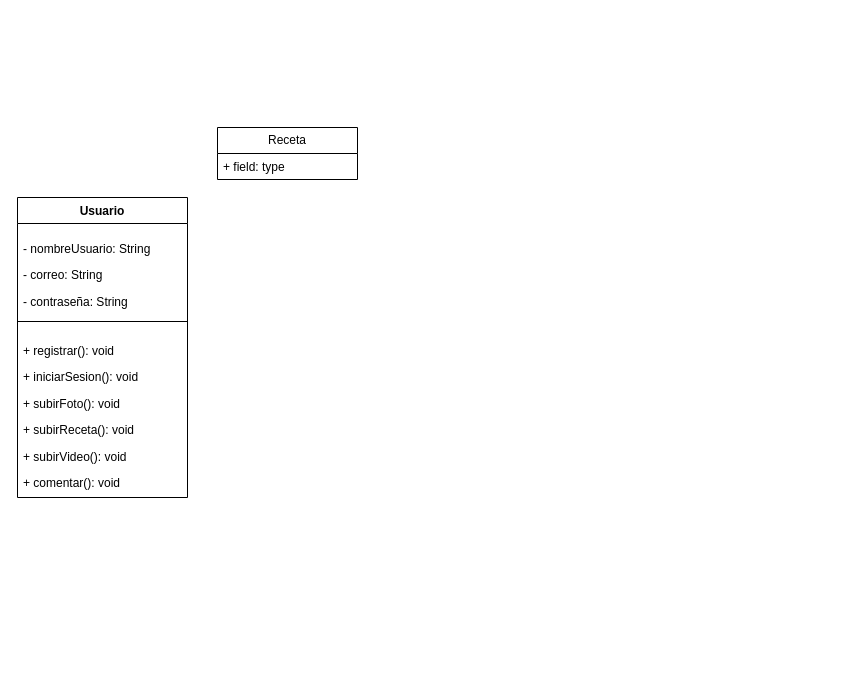
Before: ProyectoFinal.drawio in Nikooll/ProyectoFinal1, a draw.io diagram. Source tidied: cells renumbered, new cells numbered last; positions are measured from the earlier drawing's top-left corner, leaving out a move shared by most shapes. Both pictures are drawn from the tidied source at 100%, with x=0, y=0 at pixel (17, 127).
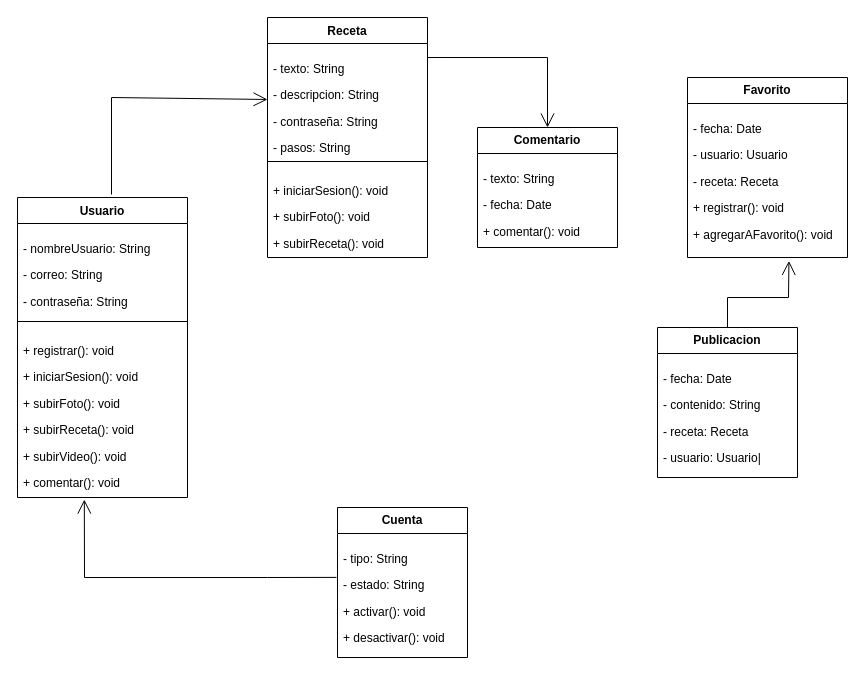
After the change.

Unchanged cells that the change refers to:
```xml
<mxCell id="4" value="Usuario" style="swimlane;fontStyle=1;align=center;verticalAlign=top;horizontal=1;startSize=26;whiteSpace=wrap;html=1;" parent="1" vertex="1">
  <mxGeometry y="70" width="170" height="300" as="geometry" />
</mxCell>
<mxCell id="7" value="&lt;p&gt;+ registrar(): void&lt;/p&gt;&lt;p&gt;+ iniciarSesion(): void &lt;/p&gt;&lt;p&gt;+ subirFoto(): void        &lt;/p&gt;&lt;p&gt;+ subirReceta(): void     &lt;/p&gt;&lt;p&gt;+ subirVideo(): void   &lt;/p&gt;&lt;p&gt;+ comentar(): void&lt;/p&gt;" style="text;strokeColor=none;fillColor=none;align=left;verticalAlign=top;spacingLeft=4;spacingRight=4;overflow=hidden;points=[[0,0.5],[1,0.5]];portConstraint=eastwest;whiteSpace=wrap;html=1;" parent="4" vertex="1">
  <mxGeometry y="128" width="170" height="172" as="geometry" />
</mxCell>
```

The edit, as a diff of the source:
```diff
@@
-    <mxCell id="2" value="Receta" style="swimlane;fontStyle=0;horizontal=1;startSize=26;fillColor=none;whiteSpace=wrap;html=1;" parent="1" vertex="1">
-      <mxGeometry x="200" width="140" height="52" as="geometry" />
-    </mxCell>
-    <mxCell id="3" value="+ field: type" style="text;strokeColor=none;fillColor=none;align=left;verticalAlign=top;spacingLeft=4;spacingRight=4;overflow=hidden;whiteSpace=wrap;html=1;" parent="2" vertex="1">
-      <mxGeometry y="26" width="140" height="26" as="geometry" />
-    </mxCell>
@@
+    <mxCell id="2" value="Receta" style="swimlane;fontStyle=1;align=center;verticalAlign=top;horizontal=1;startSize=26;whiteSpace=wrap;html=1;" parent="1" vertex="1">
+      <mxGeometry x="250" y="-110" width="160" height="240" as="geometry" />
+    </mxCell>
+    <mxCell id="8" value="&lt;p&gt; - texto: String &lt;br&gt;&lt;/p&gt;&lt;p&gt;- descripcion: String &lt;/p&gt;&lt;p&gt;- contraseña: String     &lt;/p&gt;&lt;p&gt;- pasos: String &lt;/p&gt;" style="text;strokeColor=none;fillColor=none;align=left;verticalAlign=top;spacingLeft=4;spacingRight=4;overflow=hidden;points=[[0,0.5],[1,0.5]];portConstraint=eastwest;whiteSpace=wrap;html=1;" parent="2" vertex="1">
+      <mxGeometry y="26" width="160" height="114" as="geometry" />
+    </mxCell>
+    <mxCell id="9" style="line;strokeWidth=1;fillColor=none;align=left;verticalAlign=middle;spacingTop=-1;spacingLeft=3;spacingRight=3;labelPosition=right;strokeColor=inherit;" parent="2" vertex="1">
+      <mxGeometry y="140" width="160" height="8" as="geometry" />
+    </mxCell>
+    <mxCell id="10" value="&lt;p&gt;+ iniciarSesion(): void   &lt;/p&gt;&lt;p&gt;+ subirFoto(): void      &lt;/p&gt;&lt;p&gt;+ subirReceta(): void    &lt;/p&gt;" style="text;strokeColor=none;fillColor=none;align=left;verticalAlign=top;spacingLeft=4;spacingRight=4;overflow=hidden;whiteSpace=wrap;html=1;" parent="2" vertex="1">
+      <mxGeometry y="148" width="160" height="92" as="geometry" />
+    </mxCell>
+    <mxCell id="11" value="&lt;b&gt;Comentario&lt;/b&gt;" style="swimlane;fontStyle=0;horizontal=1;startSize=26;fillColor=none;whiteSpace=wrap;html=1;" parent="1" vertex="1">
+      <mxGeometry x="460" width="140" height="120" as="geometry" />
+    </mxCell>
+    <mxCell id="12" value="&lt;p&gt;- texto: String &lt;/p&gt;&lt;p&gt;- fecha: Date  &lt;/p&gt;&lt;p&gt;+ comentar():  void&lt;/p&gt;" style="text;strokeColor=none;fillColor=none;align=left;verticalAlign=top;spacingLeft=4;spacingRight=4;overflow=hidden;whiteSpace=wrap;html=1;" parent="11" vertex="1">
+      <mxGeometry y="26" width="140" height="94" as="geometry" />
+    </mxCell>
+    <mxCell id="13" value="&lt;b&gt;Favorito&lt;/b&gt;" style="swimlane;fontStyle=0;horizontal=1;startSize=26;fillColor=none;whiteSpace=wrap;html=1;" parent="1" vertex="1">
+      <mxGeometry x="670" y="-50" width="160" height="180" as="geometry" />
+    </mxCell>
+    <mxCell id="14" value="&lt;p&gt;- fecha: Date   &lt;/p&gt;&lt;p&gt;- usuario: Usuario&lt;/p&gt;&lt;p&gt;- receta: Receta &lt;br&gt;&lt;/p&gt;&lt;p&gt;+ registrar(): void&lt;/p&gt;&lt;p&gt;+ agregarAFavorito(): void&lt;/p&gt;&lt;p&gt;&lt;/p&gt;" style="text;strokeColor=none;fillColor=none;align=left;verticalAlign=top;spacingLeft=4;spacingRight=4;overflow=hidden;points=[[0,0.5],[1,0.5]];portConstraint=eastwest;whiteSpace=wrap;html=1;" parent="13" vertex="1">
+      <mxGeometry y="26" width="160" height="154" as="geometry" />
+    </mxCell>
+    <mxCell id="15" value="&lt;b&gt;Publicacion&lt;/b&gt;" style="swimlane;fontStyle=0;horizontal=1;startSize=26;fillColor=none;whiteSpace=wrap;html=1;" parent="1" vertex="1">
+      <mxGeometry x="640" y="200" width="140" height="150" as="geometry" />
+    </mxCell>
+    <mxCell id="16" value="&lt;p&gt;- fecha: Date   &lt;/p&gt;&lt;p&gt;- contenido: String &lt;/p&gt;&lt;p&gt;- receta: Receta  &lt;/p&gt;&lt;p&gt;- usuario: Usuario|&lt;/p&gt;" style="text;strokeColor=none;fillColor=none;align=left;verticalAlign=top;spacingLeft=4;spacingRight=4;overflow=hidden;whiteSpace=wrap;html=1;" parent="15" vertex="1">
+      <mxGeometry y="26" width="140" height="124" as="geometry" />
+    </mxCell>
+    <mxCell id="17" value="&lt;b&gt;Cuenta&lt;/b&gt;" style="swimlane;fontStyle=0;horizontal=1;startSize=26;fillColor=none;whiteSpace=wrap;html=1;" parent="1" vertex="1">
+      <mxGeometry x="320" y="380" width="130" height="150" as="geometry" />
+    </mxCell>
+    <mxCell id="18" value="&lt;p&gt;- tipo: String &lt;/p&gt;&lt;p&gt;- estado: String&lt;/p&gt;&lt;p&gt;+ activar(): void &lt;/p&gt;&lt;p&gt;+ desactivar(): void&lt;/p&gt;" style="text;strokeColor=none;fillColor=none;align=left;verticalAlign=top;spacingLeft=4;spacingRight=4;overflow=hidden;points=[[0,0.5],[1,0.5]];portConstraint=eastwest;whiteSpace=wrap;html=1;" parent="17" vertex="1">
+      <mxGeometry y="26" width="130" height="124" as="geometry" />
+    </mxCell>
+    <mxCell id="19" style="endArrow=open;endFill=1;endSize=12;html=1;rounded=0;exitX=0.553;exitY=-0.01;exitDx=0;exitDy=0;exitPerimeter=0;" parent="1" edge="1" source="4" target="8">
+      <mxGeometry relative="1" as="geometry">
+        <Array as="points">
+          <mxPoint x="94" y="-30" />
+        </Array>
+      </mxGeometry>
+    </mxCell>
+    <mxCell id="20" style="endArrow=open;endFill=1;endSize=12;html=1;rounded=0;entryX=0.634;entryY=1.022;entryDx=0;entryDy=0;entryPerimeter=0;" parent="1" edge="1" target="14">
+      <mxGeometry relative="1" as="geometry">
+        <mxPoint x="710" y="200" as="sourcePoint" />
+        <Array as="points">
+          <mxPoint x="710" y="170" />
+          <mxPoint x="771" y="170" />
+        </Array>
+      </mxGeometry>
+    </mxCell>
+    <mxCell id="21" style="endArrow=open;endFill=1;endSize=12;html=1;rounded=0;exitX=-0.008;exitY=0.354;exitDx=0;exitDy=0;entryX=0.393;entryY=1.012;entryDx=0;entryDy=0;entryPerimeter=0;exitPerimeter=0;" parent="1" edge="1" source="18" target="7">
+      <mxGeometry relative="1" as="geometry">
+        <Array as="points">
+          <mxPoint x="250" y="450" />
+          <mxPoint x="67" y="450" />
+        </Array>
+      </mxGeometry>
+    </mxCell>
+    <mxCell id="22" style="endArrow=open;endFill=1;endSize=12;html=1;rounded=0;exitX=1;exitY=0.123;exitDx=0;exitDy=0;exitPerimeter=0;" parent="1" edge="1" source="8">
+      <mxGeometry relative="1" as="geometry">
+        <mxPoint x="530" as="targetPoint" />
+        <Array as="points">
+          <mxPoint x="530" y="-70" />
+        </Array>
+      </mxGeometry>
+    </mxCell>
```
